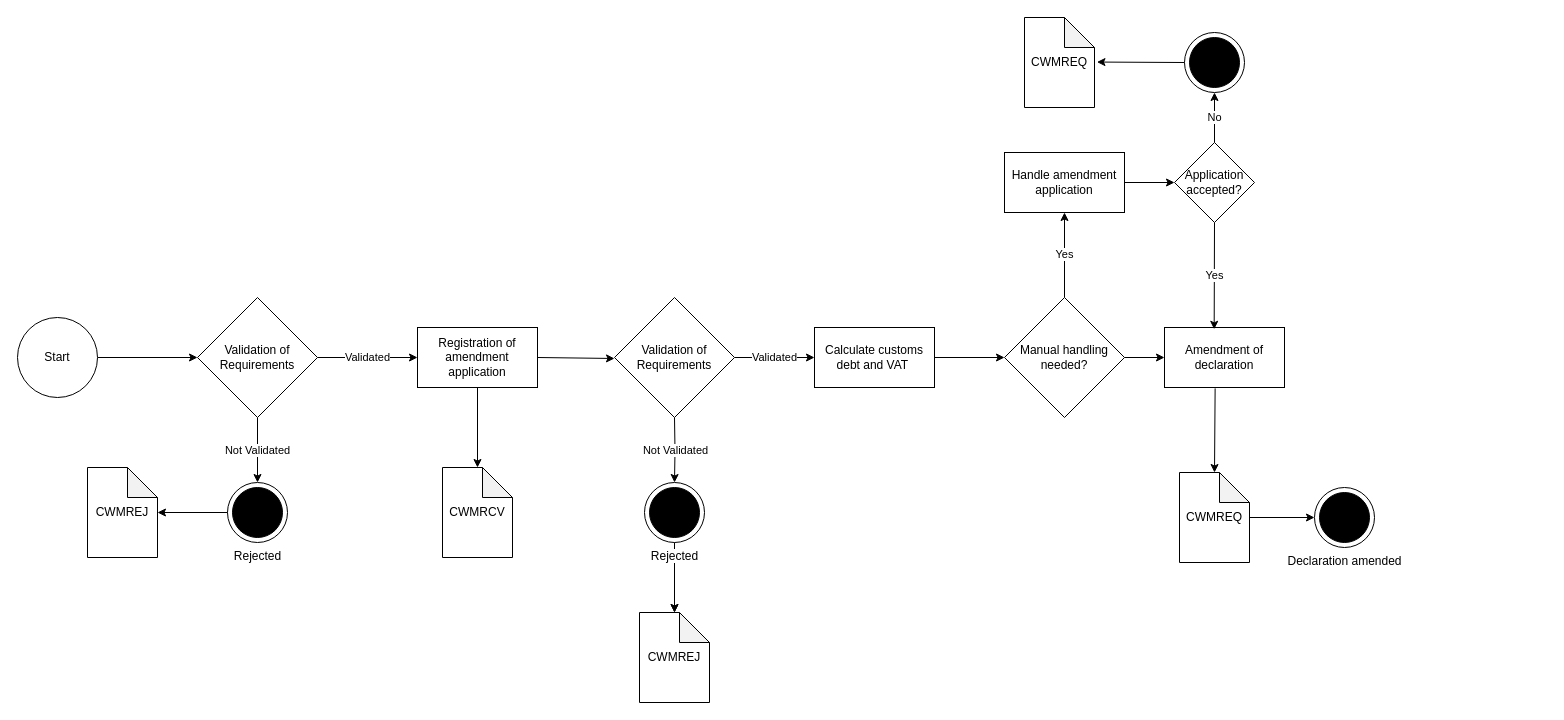
This is Flows/amendment.drawio from skat/dms-public, a draw.io file, before an edit. Source tidied: cells renumbered, new cells numbered last; positions are measured from the earlier drawing's top-left corner, leaving out a move shared by most shapes. Both pictures are drawn from the tidied source at 100%, with x=0, y=0 at pixel (17, 17).
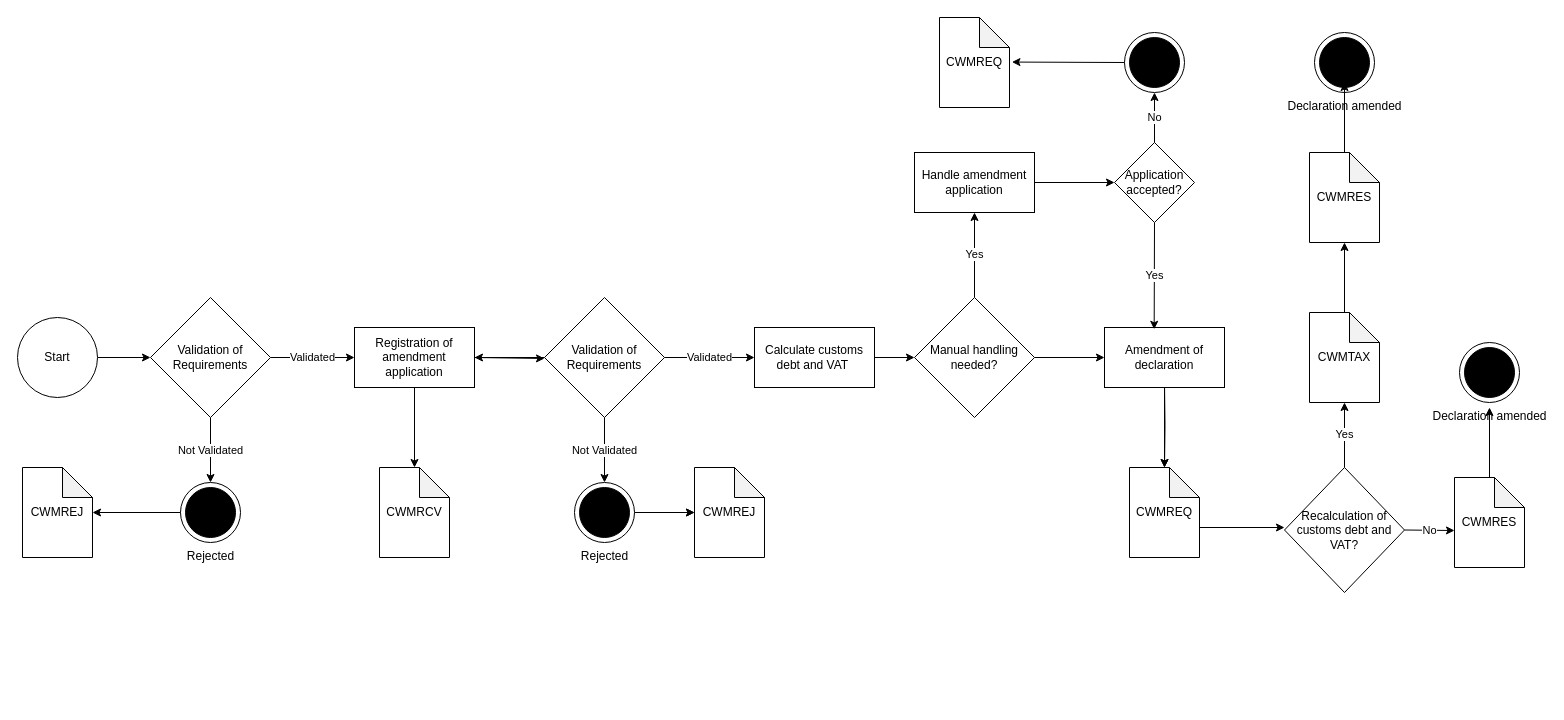
Above is the later version.

Commit message (it also covers changes not shown here):
Updates for test data, Import System Guide and Amendment flow

Unchanged cells that the change refers to:
```xml
<mxCell id="6" value="Start" style="ellipse;whiteSpace=wrap;html=1;" parent="1" vertex="1">
  <mxGeometry y="300" width="80" height="80" as="geometry" />
</mxCell>
```

Diff of the diagram source:
```diff
@@
     <mxCell id="2" value="Rejected" style="shape=mxgraph.sysml.actFinal;html=1;verticalLabelPosition=bottom;labelBackgroundColor=#ffffff;verticalAlign=top;" parent="1" vertex="1">
-      <mxGeometry x="210" y="465" width="60" height="60" as="geometry" />
+      <mxGeometry x="163" y="465" width="60" height="60" as="geometry" />
     </mxCell>
@@
     <mxCell id="4" value="CWMRCV" style="shape=note;whiteSpace=wrap;html=1;backgroundOutline=1;darkOpacity=0.05;" parent="1" vertex="1">
-      <mxGeometry x="425" y="450" width="70" height="90" as="geometry" />
+      <mxGeometry x="362" y="450" width="70" height="90" as="geometry" />
     </mxCell>
-    <mxCell id="5" style="edgeStyle=orthogonalEdgeStyle;rounded=0;jettySize=auto;html=1;" parent="1" edge="1" source="6" target="11">
+    <mxCell id="5" style="edgeStyle=orthogonalEdgeStyle;rounded=0;jettySize=auto;html=1;entryX=0;entryY=0.5;entryDx=0;entryDy=0;" parent="1" edge="1" source="6" target="11">
       <mxGeometry relative="1" as="geometry" />
     </mxCell>
@@
-    <mxCell id="7" value="Validated" style="edgeStyle=orthogonalEdgeStyle;rounded=0;jettySize=auto;html=1;startArrow=none;" parent="1" edge="1" source="14">
-      <mxGeometry relative="1" as="geometry">
-        <mxPoint x="797" y="340" as="targetPoint" />
-      </mxGeometry>
+    <mxCell id="7" value="Validated" style="edgeStyle=orthogonalEdgeStyle;rounded=0;jettySize=auto;html=1;startArrow=none;entryX=0;entryY=0.5;entryDx=0;entryDy=0;" parent="1" edge="1" source="14" target="22">
+      <mxGeometry relative="1" as="geometry" />
     </mxCell>
     <mxCell id="8" value="Registration of amendment application" style="whiteSpace=wrap;html=1;" parent="1" vertex="1">
-      <mxGeometry x="400" y="310" width="120" height="60" as="geometry" />
+      <mxGeometry x="337" y="310" width="120" height="60" as="geometry" />
     </mxCell>
@@
     <mxCell id="11" value="Validation of Requirements" style="rhombus;whiteSpace=wrap;html=1;" parent="1" vertex="1">
-      <mxGeometry x="180" y="280" width="120" height="120" as="geometry" />
+      <mxGeometry x="133" y="280" width="120" height="120" as="geometry" />
     </mxCell>
@@
     <mxCell id="13" value="CWMREJ" style="shape=note;whiteSpace=wrap;html=1;backgroundOutline=1;darkOpacity=0.05;" parent="1" vertex="1">
-      <mxGeometry x="70" y="450" width="70" height="90" as="geometry" />
+      <mxGeometry x="5" y="450" width="70" height="90" as="geometry" />
     </mxCell>
+    <mxCell id="39" style="edgeStyle=orthogonalEdgeStyle;rounded=0;jettySize=auto;html=1;" parent="1" edge="1" source="14" target="8">
+      <mxGeometry relative="1" as="geometry" />
+    </mxCell>
     <mxCell id="14" value="Validation of Requirements" style="rhombus;whiteSpace=wrap;html=1;" parent="1" vertex="1">
-      <mxGeometry x="597" y="280" width="120" height="120" as="geometry" />
+      <mxGeometry x="527" y="280" width="120" height="120" as="geometry" />
     </mxCell>
-    <mxCell id="15" style="endArrow=classic;html=1;exitX=1;exitY=0.5;exitDx=0;exitDy=0;entryX=0;entryY=0.5;entryDx=0;entryDy=0;" parent="1" edge="1">
+    <mxCell id="15" style="endArrow=classic;html=1;exitX=1;exitY=0.5;exitDx=0;exitDy=0;" parent="1" edge="1" source="8">
       <mxGeometry relative="1" as="geometry">
-        <mxPoint x="520" y="340" as="sourcePoint" />
-        <mxPoint x="597" y="341" as="targetPoint" />
+        <mxPoint x="527" y="341" as="targetPoint" />
       </mxGeometry>
     </mxCell>
@@
     <mxCell id="18" value="Rejected" style="shape=mxgraph.sysml.actFinal;html=1;verticalLabelPosition=bottom;labelBackgroundColor=#ffffff;verticalAlign=top;" parent="1" vertex="1">
-      <mxGeometry x="627" y="465" width="60" height="60" as="geometry" />
+      <mxGeometry x="557" y="465" width="60" height="60" as="geometry" />
     </mxCell>
-    <mxCell id="19" value="Not Validated" style="edgeStyle=orthogonalEdgeStyle;rounded=0;jettySize=auto;html=1;" parent="1" edge="1" target="18">
-      <mxGeometry relative="1" as="geometry">
-        <mxPoint x="657" y="400" as="sourcePoint" />
-      </mxGeometry>
+    <mxCell id="19" value="Not Validated" style="edgeStyle=orthogonalEdgeStyle;rounded=0;jettySize=auto;html=1;exitX=0.5;exitY=1;exitDx=0;exitDy=0;" parent="1" edge="1" source="14" target="18">
+      <mxGeometry relative="1" as="geometry" />
     </mxCell>
     <mxCell id="20" value="CWMREJ" style="shape=note;whiteSpace=wrap;html=1;backgroundOutline=1;darkOpacity=0.05;" parent="1" vertex="1">
-      <mxGeometry x="622" y="595" width="70" height="90" as="geometry" />
+      <mxGeometry x="677" y="450" width="70" height="90" as="geometry" />
     </mxCell>
     <mxCell id="21" value="CWMREQ" style="shape=note;whiteSpace=wrap;html=1;backgroundOutline=1;darkOpacity=0.05;" parent="1" vertex="1">
-      <mxGeometry x="1162" y="455" width="70" height="90" as="geometry" />
+      <mxGeometry x="1112" y="450" width="70" height="90" as="geometry" />
     </mxCell>
     <mxCell id="22" value="Calculate customs debt and VAT&amp;nbsp;" style="whiteSpace=wrap;html=1;" parent="1" vertex="1">
-      <mxGeometry x="797" y="310" width="120" height="60" as="geometry" />
+      <mxGeometry x="737" y="310" width="120" height="60" as="geometry" />
     </mxCell>
     <mxCell id="23" value="Manual handling needed?" style="rhombus;whiteSpace=wrap;html=1;" parent="1" vertex="1">
-      <mxGeometry x="987" y="280" width="120" height="120" as="geometry" />
+      <mxGeometry x="897" y="280" width="120" height="120" as="geometry" />
     </mxCell>
@@
     <mxCell id="25" value="Handle amendment application" style="whiteSpace=wrap;html=1;" parent="1" vertex="1">
-      <mxGeometry x="987" y="135" width="120" height="60" as="geometry" />
+      <mxGeometry x="897" y="135" width="120" height="60" as="geometry" />
     </mxCell>
@@
+    <mxCell id="40" style="edgeStyle=orthogonalEdgeStyle;rounded=0;jettySize=auto;html=1;" parent="1" edge="1" target="21">
+      <mxGeometry relative="1" as="geometry">
+        <mxPoint x="1147" y="365" as="sourcePoint" />
+      </mxGeometry>
+    </mxCell>
     <mxCell id="27" value="Amendment of declaration" style="whiteSpace=wrap;html=1;" parent="1" vertex="1">
-      <mxGeometry x="1147" y="310" width="120" height="60" as="geometry" />
+      <mxGeometry x="1087" y="310" width="120" height="60" as="geometry" />
     </mxCell>
     <mxCell id="28" style="endArrow=classic;html=1;exitX=1;exitY=0.5;exitDx=0;exitDy=0;" parent="1" edge="1" source="23">
       <mxGeometry relative="1" as="geometry">
-        <mxPoint x="1147" y="340" as="targetPoint" />
+        <mxPoint x="1087" y="340" as="targetPoint" />
       </mxGeometry>
     </mxCell>
     <mxCell id="29" value="Application accepted?" style="rhombus;whiteSpace=wrap;html=1;" parent="1" vertex="1">
-      <mxGeometry x="1157" y="125" width="80" height="80" as="geometry" />
+      <mxGeometry x="1097" y="125" width="80" height="80" as="geometry" />
     </mxCell>
-    <mxCell id="30" style="endArrow=classic;html=1;entryX=0;entryY=0.5;entryDx=0;entryDy=0;" parent="1" edge="1" target="29">
-      <mxGeometry relative="1" as="geometry">
-        <mxPoint x="1107" y="165" as="sourcePoint" />
-      </mxGeometry>
+    <mxCell id="30" style="endArrow=classic;html=1;entryX=0;entryY=0.5;entryDx=0;entryDy=0;exitX=1;exitY=0.5;exitDx=0;exitDy=0;" parent="1" edge="1" source="25" target="29">
+      <mxGeometry relative="1" as="geometry" />
     </mxCell>
@@
     <mxCell id="32" style="shape=mxgraph.sysml.actFinal;html=1;verticalLabelPosition=bottom;labelBackgroundColor=#ffffff;verticalAlign=top;" parent="1" vertex="1">
-      <mxGeometry x="1167" y="15" width="60" height="60" as="geometry" />
+      <mxGeometry x="1107" y="15" width="60" height="60" as="geometry" />
     </mxCell>
@@
     <mxCell id="34" value="CWMREQ" style="shape=note;whiteSpace=wrap;html=1;backgroundOutline=1;darkOpacity=0.05;" parent="1" vertex="1">
-      <mxGeometry x="1007" width="70" height="90" as="geometry" />
+      <mxGeometry x="922" width="70" height="90" as="geometry" />
     </mxCell>
@@
-    <mxCell id="36" style="endArrow=classic;html=1;entryX=0.5;entryY=0;entryDx=0;entryDy=0;entryPerimeter=0;exitX=0.422;exitY=1.015;exitDx=0;exitDy=0;exitPerimeter=0;" parent="1" edge="1" source="27" target="21">
-      <mxGeometry relative="1" as="geometry" />
+    <mxCell id="36" style="endArrow=classic;html=1;entryX=0.5;entryY=0;entryDx=0;entryDy=0;entryPerimeter=0;" parent="1" edge="1" target="21">
+      <mxGeometry relative="1" as="geometry">
+        <mxPoint x="1147" y="371" as="sourcePoint" />
+      </mxGeometry>
     </mxCell>
     <mxCell id="37" value="Declaration amended" style="shape=mxgraph.sysml.actFinal;html=1;verticalLabelPosition=bottom;labelBackgroundColor=#ffffff;verticalAlign=top;" parent="1" vertex="1">
-      <mxGeometry x="1297" y="470" width="60" height="60" as="geometry" />
+      <mxGeometry x="1297" y="15" width="60" height="60" as="geometry" />
     </mxCell>
-    <mxCell id="38" style="endArrow=classic;html=1;" parent="1" edge="1" source="21" target="37">
-      <mxGeometry relative="1" as="geometry" />
+    <mxCell id="38" style="endArrow=classic;html=1;exitX=0;exitY=0;exitDx=70;exitDy=60;exitPerimeter=0;" parent="1" edge="1" source="21">
+      <mxGeometry relative="1" as="geometry">
+        <mxPoint x="1267" y="510" as="targetPoint" />
+      </mxGeometry>
     </mxCell>
+    <mxCell id="41" style="endArrow=classic;html=1;exitX=0.5;exitY=0;exitDx=0;exitDy=0;exitPerimeter=0;" parent="1" edge="1" source="46">
+      <mxGeometry relative="1" as="geometry">
+        <mxPoint x="1327" y="65" as="targetPoint" />
+      </mxGeometry>
+    </mxCell>
+    <mxCell id="42" value="Recalculation of customs debt and VAT?" style="rhombus;whiteSpace=wrap;html=1;" parent="1" vertex="1">
+      <mxGeometry x="1267" y="450" width="120" height="125" as="geometry" />
+    </mxCell>
+    <mxCell id="43" value="Yes" style="endArrow=classic;html=1;exitX=0.5;exitY=0;exitDx=0;exitDy=0;" parent="1" edge="1" source="42">
+      <mxGeometry relative="1" as="geometry">
+        <mxPoint x="1327" y="385" as="targetPoint" />
+      </mxGeometry>
+    </mxCell>
+    <mxCell id="44" style="endArrow=classic;html=1;exitX=0.5;exitY=0;exitDx=0;exitDy=0;exitPerimeter=0;" parent="1" edge="1" source="45">
+      <mxGeometry relative="1" as="geometry">
+        <mxPoint x="1327" y="225" as="targetPoint" />
+      </mxGeometry>
+    </mxCell>
+    <mxCell id="45" value="CWMTAX" style="shape=note;whiteSpace=wrap;html=1;backgroundOutline=1;darkOpacity=0.05;" parent="1" vertex="1">
+      <mxGeometry x="1292" y="295" width="70" height="90" as="geometry" />
+    </mxCell>
+    <mxCell id="46" value="CWMRES" style="shape=note;whiteSpace=wrap;html=1;backgroundOutline=1;darkOpacity=0.05;" parent="1" vertex="1">
+      <mxGeometry x="1292" y="135" width="70" height="90" as="geometry" />
+    </mxCell>
+    <mxCell id="47" value="No" style="endArrow=classic;html=1;exitX=1;exitY=0.5;exitDx=0;exitDy=0;" parent="1" edge="1" source="42">
+      <mxGeometry relative="1" as="geometry">
+        <mxPoint x="1437" y="513" as="targetPoint" />
+      </mxGeometry>
+    </mxCell>
+    <mxCell id="48" value="Declaration amended" style="shape=mxgraph.sysml.actFinal;html=1;verticalLabelPosition=bottom;labelBackgroundColor=#ffffff;verticalAlign=top;" parent="1" vertex="1">
+      <mxGeometry x="1442" y="325" width="60" height="60" as="geometry" />
+    </mxCell>
+    <mxCell id="49" style="endArrow=classic;html=1;exitX=0.5;exitY=0;exitDx=0;exitDy=0;exitPerimeter=0;" parent="1" edge="1" source="50">
+      <mxGeometry relative="1" as="geometry">
+        <mxPoint x="1472" y="390" as="targetPoint" />
+      </mxGeometry>
+    </mxCell>
+    <mxCell id="50" value="CWMRES" style="shape=note;whiteSpace=wrap;html=1;backgroundOutline=1;darkOpacity=0.05;" parent="1" vertex="1">
+      <mxGeometry x="1437" y="460" width="70" height="90" as="geometry" />
+    </mxCell>
```
